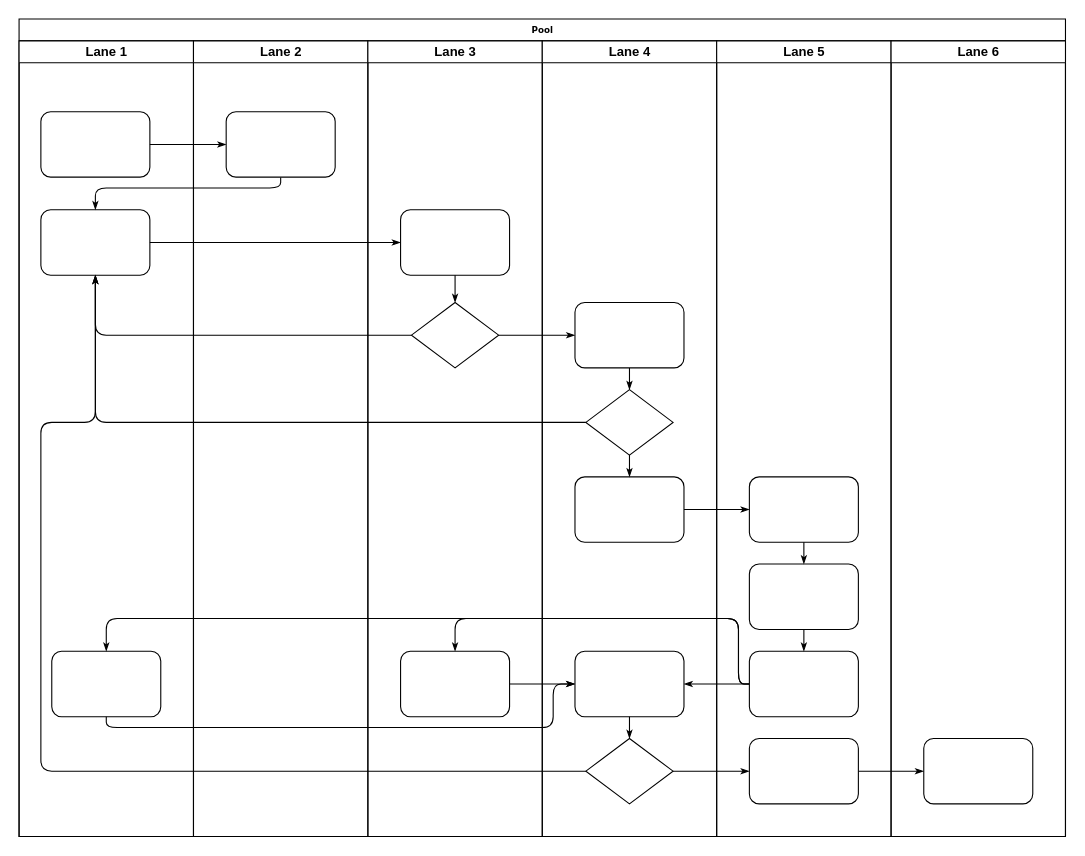
Before: Untitled Diagram1.drawio in giaythuytinh176/baitaptrenlopathao, a draw.io diagram. Source tidied: cells renumbered, new cells numbered last; positions are measured from the earlier drawing's top-left corner, leaving out a move shared by most shapes. Both pictures are drawn from the tidied source at 109%, with x=0, y=0 at pixel (19, 19).
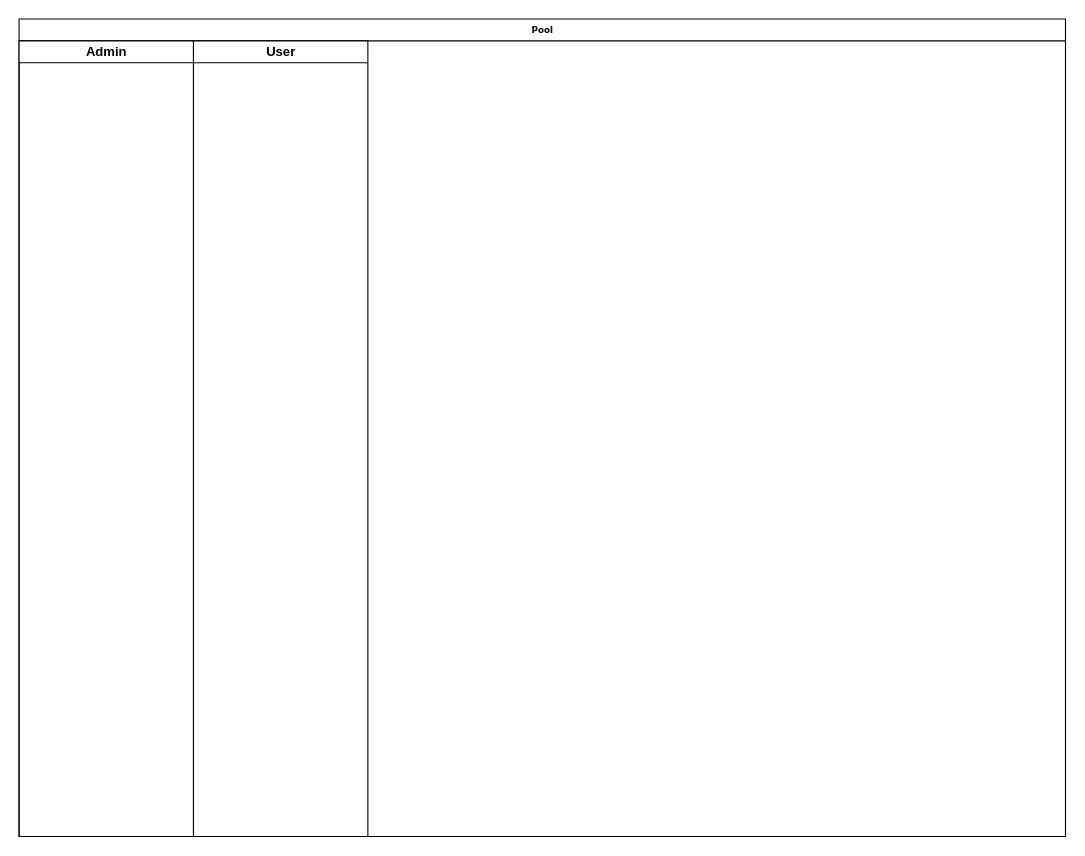
After the change.

Unchanged cells that the change refers to:
```xml
<mxCell id="2" value="Pool" style="swimlane;html=1;startSize=20;rounded=0;shadow=0;labelBackgroundColor=none;strokeWidth=1;fontFamily=Verdana;fontSize=8;align=center;" parent="1" vertex="1">
  <mxGeometry width="960" height="750" as="geometry" />
</mxCell>
```

Change to the diagram source:
```diff
@@
-    <mxCell id="3" value="Lane 1" style="swimlane;html=1;startSize=20;" parent="2" vertex="1">
+    <mxCell id="3" value="Admin" style="swimlane;html=1;startSize=20;" parent="2" vertex="1">
       <mxGeometry y="20" width="160" height="730" as="geometry" />
     </mxCell>
-    <mxCell id="4" style="rounded=1;whiteSpace=wrap;html=1;shadow=0;labelBackgroundColor=none;strokeWidth=1;fontFamily=Verdana;fontSize=8;align=center;" parent="3" vertex="1">
-      <mxGeometry x="20" y="65" width="100" height="60" as="geometry" />
-    </mxCell>
-    <mxCell id="5" style="rounded=1;whiteSpace=wrap;html=1;shadow=0;labelBackgroundColor=none;strokeWidth=1;fontFamily=Verdana;fontSize=8;align=center;" parent="3" vertex="1">
-      <mxGeometry x="20" y="155" width="100" height="60" as="geometry" />
-    </mxCell>
-    <mxCell id="6" style="rounded=1;whiteSpace=wrap;html=1;shadow=0;labelBackgroundColor=none;strokeWidth=1;fontFamily=Verdana;fontSize=8;align=center;" parent="3" vertex="1">
-      <mxGeometry x="30" y="560" width="100" height="60" as="geometry" />
-    </mxCell>
-    <mxCell id="7" style="edgeStyle=orthogonalEdgeStyle;rounded=1;html=1;labelBackgroundColor=none;startArrow=none;startFill=0;startSize=5;endArrow=classicThin;endFill=1;endSize=5;jettySize=auto;strokeWidth=1;fontFamily=Verdana;fontSize=8;" parent="2" edge="1" source="4" target="23">
-      <mxGeometry relative="1" as="geometry" />
-    </mxCell>
-    <mxCell id="8" style="edgeStyle=orthogonalEdgeStyle;rounded=1;html=1;labelBackgroundColor=none;startArrow=none;startFill=0;startSize=5;endArrow=classicThin;endFill=1;endSize=5;jettySize=auto;strokeWidth=1;fontFamily=Verdana;fontSize=8;" parent="2" edge="1" source="23" target="5">
-      <mxGeometry relative="1" as="geometry">
-        <Array as="points">
-          <mxPoint x="240" y="155" />
-          <mxPoint x="70" y="155" />
-        </Array>
-      </mxGeometry>
-    </mxCell>
-    <mxCell id="9" style="edgeStyle=orthogonalEdgeStyle;rounded=1;html=1;labelBackgroundColor=none;startArrow=none;startFill=0;startSize=5;endArrow=classicThin;endFill=1;endSize=5;jettySize=auto;strokeWidth=1;fontFamily=Verdana;fontSize=8;" parent="2" edge="1" source="5" target="25">
-      <mxGeometry relative="1" as="geometry" />
-    </mxCell>
-    <mxCell id="10" style="edgeStyle=orthogonalEdgeStyle;rounded=1;html=1;labelBackgroundColor=none;startArrow=none;startFill=0;startSize=5;endArrow=classicThin;endFill=1;endSize=5;jettySize=auto;strokeWidth=1;fontFamily=Verdana;fontSize=8;" parent="2" edge="1" source="26" target="5">
-      <mxGeometry relative="1" as="geometry" />
-    </mxCell>
-    <mxCell id="11" style="edgeStyle=orthogonalEdgeStyle;rounded=1;html=1;labelBackgroundColor=none;startArrow=none;startFill=0;startSize=5;endArrow=classicThin;endFill=1;endSize=5;jettySize=auto;strokeWidth=1;fontFamily=Verdana;fontSize=8;" parent="2" edge="1" source="31" target="5">
-      <mxGeometry relative="1" as="geometry" />
-    </mxCell>
-    <mxCell id="12" style="edgeStyle=orthogonalEdgeStyle;rounded=1;html=1;labelBackgroundColor=none;startArrow=none;startFill=0;startSize=5;endArrow=classicThin;endFill=1;endSize=5;jettySize=auto;strokeWidth=1;fontFamily=Verdana;fontSize=8;" parent="2" edge="1" source="34" target="5">
-      <mxGeometry relative="1" as="geometry">
-        <Array as="points">
-          <mxPoint x="20" y="690" />
-          <mxPoint x="20" y="370" />
-          <mxPoint x="70" y="370" />
-        </Array>
-      </mxGeometry>
-    </mxCell>
-    <mxCell id="13" style="edgeStyle=orthogonalEdgeStyle;rounded=1;html=1;labelBackgroundColor=none;startArrow=none;startFill=0;startSize=5;endArrow=classicThin;endFill=1;endSize=5;jettySize=auto;strokeWidth=1;fontFamily=Verdana;fontSize=8;" parent="2" edge="1" source="26" target="30">
-      <mxGeometry relative="1" as="geometry" />
-    </mxCell>
-    <mxCell id="14" style="edgeStyle=orthogonalEdgeStyle;rounded=1;html=1;labelBackgroundColor=none;startArrow=none;startFill=0;startSize=5;endArrow=classicThin;endFill=1;endSize=5;jettySize=auto;strokeWidth=1;fontFamily=Verdana;fontSize=8;" parent="2" edge="1" source="34" target="42">
-      <mxGeometry relative="1" as="geometry" />
+    <mxCell id="14" style="edgeStyle=orthogonalEdgeStyle;rounded=1;html=1;labelBackgroundColor=none;startArrow=none;startFill=0;startSize=5;endArrow=classicThin;endFill=1;endSize=5;jettySize=auto;orthogonalLoop=1;strokeWidth=1;fontFamily=Verdana;fontSize=8;" parent="2" edge="1">
+      <mxGeometry relative="1" as="geometry">
+        <mxPoint x="440" y="690" as="sourcePoint" />
+      </mxGeometry>
     </mxCell>
-    <mxCell id="15" style="edgeStyle=orthogonalEdgeStyle;rounded=1;html=1;labelBackgroundColor=none;startArrow=none;startFill=0;startSize=5;endArrow=classicThin;endFill=1;endSize=5;jettySize=auto;strokeWidth=1;fontFamily=Verdana;fontSize=8;" parent="2" edge="1" source="42" target="46">
-      <mxGeometry relative="1" as="geometry" />
+    <mxCell id="15" style="edgeStyle=orthogonalEdgeStyle;rounded=1;html=1;labelBackgroundColor=none;startArrow=none;startFill=0;startSize=5;endArrow=classicThin;endFill=1;endSize=5;jettySize=auto;orthogonalLoop=1;strokeWidth=1;fontFamily=Verdana;fontSize=8;" parent="2" edge="1">
+      <mxGeometry relative="1" as="geometry">
+        <mxPoint x="610" y="690" as="sourcePoint" />
+      </mxGeometry>
     </mxCell>
-    <mxCell id="16" style="edgeStyle=orthogonalEdgeStyle;rounded=1;html=1;labelBackgroundColor=none;startArrow=none;startFill=0;startSize=5;endArrow=classicThin;endFill=1;endSize=5;jettySize=auto;strokeWidth=1;fontFamily=Verdana;fontSize=8;" parent="2" edge="1" source="32" target="39">
-      <mxGeometry relative="1" as="geometry" />
+    <mxCell id="16" style="edgeStyle=orthogonalEdgeStyle;rounded=1;html=1;labelBackgroundColor=none;startArrow=none;startFill=0;startSize=5;endArrow=classicThin;endFill=1;endSize=5;jettySize=auto;orthogonalLoop=1;strokeWidth=1;fontFamily=Verdana;fontSize=8;" parent="2" edge="1">
+      <mxGeometry relative="1" as="geometry">
+        <mxPoint x="450" y="450" as="sourcePoint" />
+      </mxGeometry>
     </mxCell>
-    <mxCell id="17" style="edgeStyle=orthogonalEdgeStyle;rounded=1;html=1;labelBackgroundColor=none;startArrow=none;startFill=0;startSize=5;endArrow=classicThin;endFill=1;endSize=5;jettySize=auto;strokeWidth=1;fontFamily=Verdana;fontSize=8;" parent="2" edge="1" source="41" target="27">
-      <mxGeometry relative="1" as="geometry">
-        <Array as="points">
-          <mxPoint x="660" y="610" />
-          <mxPoint x="660" y="550" />
-          <mxPoint x="400" y="550" />
-        </Array>
-      </mxGeometry>
-    </mxCell>
-    <mxCell id="18" style="edgeStyle=orthogonalEdgeStyle;rounded=1;html=1;labelBackgroundColor=none;startArrow=none;startFill=0;startSize=5;endArrow=classicThin;endFill=1;endSize=5;jettySize=auto;strokeColor=#000000;strokeWidth=1;fontFamily=Verdana;fontSize=8;fontColor=#000000;" parent="2" edge="1" source="41" target="33">
-      <mxGeometry relative="1" as="geometry" />
+    <mxCell id="18" style="edgeStyle=orthogonalEdgeStyle;rounded=1;html=1;labelBackgroundColor=none;startArrow=none;startFill=0;startSize=5;endArrow=classicThin;endFill=1;endSize=5;jettySize=auto;orthogonalLoop=1;strokeColor=#000000;strokeWidth=1;fontFamily=Verdana;fontSize=8;fontColor=#000000;" parent="2" edge="1">
+      <mxGeometry relative="1" as="geometry">
+        <mxPoint x="450" y="610" as="targetPoint" />
+      </mxGeometry>
     </mxCell>
-    <mxCell id="19" style="edgeStyle=orthogonalEdgeStyle;rounded=1;html=1;labelBackgroundColor=none;startArrow=none;startFill=0;startSize=5;endArrow=classicThin;endFill=1;endSize=5;jettySize=auto;strokeWidth=1;fontFamily=Verdana;fontSize=8;" parent="2" edge="1" source="41" target="6">
-      <mxGeometry relative="1" as="geometry">
-        <Array as="points">
-          <mxPoint x="660" y="610" />
-          <mxPoint x="660" y="550" />
-          <mxPoint x="80" y="550" />
-        </Array>
-      </mxGeometry>
-    </mxCell>
-    <mxCell id="20" style="edgeStyle=orthogonalEdgeStyle;rounded=1;html=1;labelBackgroundColor=none;startArrow=none;startFill=0;startSize=5;endArrow=classicThin;endFill=1;endSize=5;jettySize=auto;strokeWidth=1;fontFamily=Verdana;fontSize=8;" parent="2" edge="1" source="6" target="33">
-      <mxGeometry relative="1" as="geometry">
-        <Array as="points">
-          <mxPoint x="80" y="650" />
-          <mxPoint x="490" y="650" />
-          <mxPoint x="490" y="610" />
-        </Array>
-      </mxGeometry>
-    </mxCell>
-    <mxCell id="21" style="edgeStyle=orthogonalEdgeStyle;rounded=1;html=1;labelBackgroundColor=none;startArrow=none;startFill=0;startSize=5;endArrow=classicThin;endFill=1;endSize=5;jettySize=auto;strokeWidth=1;fontFamily=Verdana;fontSize=8;" parent="2" edge="1" source="27" target="33">
-      <mxGeometry relative="1" as="geometry" />
-    </mxCell>
-    <mxCell id="22" value="Lane 2" style="swimlane;html=1;startSize=20;" parent="2" vertex="1">
+    <mxCell id="22" value="User" style="swimlane;html=1;startSize=20;" parent="2" vertex="1">
       <mxGeometry x="160" y="20" width="160" height="730" as="geometry" />
     </mxCell>
-    <mxCell id="23" style="rounded=1;whiteSpace=wrap;html=1;shadow=0;labelBackgroundColor=none;strokeWidth=1;fontFamily=Verdana;fontSize=8;align=center;" parent="22" vertex="1">
-      <mxGeometry x="30" y="65" width="100" height="60" as="geometry" />
-    </mxCell>
-    <mxCell id="24" value="Lane 3" style="swimlane;html=1;startSize=20;" parent="2" vertex="1">
-      <mxGeometry x="320" y="20" width="160" height="730" as="geometry" />
-    </mxCell>
-    <mxCell id="25" style="rounded=1;whiteSpace=wrap;html=1;shadow=0;labelBackgroundColor=none;strokeWidth=1;fontFamily=Verdana;fontSize=8;align=center;" parent="24" vertex="1">
-      <mxGeometry x="30" y="155" width="100" height="60" as="geometry" />
-    </mxCell>
-    <mxCell id="26" style="rhombus;whiteSpace=wrap;html=1;rounded=0;shadow=0;labelBackgroundColor=none;strokeWidth=1;fontFamily=Verdana;fontSize=8;align=center;" parent="24" vertex="1">
-      <mxGeometry x="40" y="240" width="80" height="60" as="geometry" />
-    </mxCell>
-    <mxCell id="27" style="rounded=1;whiteSpace=wrap;html=1;shadow=0;labelBackgroundColor=none;strokeWidth=1;fontFamily=Verdana;fontSize=8;align=center;" parent="24" vertex="1">
-      <mxGeometry x="30" y="560" width="100" height="60" as="geometry" />
-    </mxCell>
-    <mxCell id="28" style="edgeStyle=orthogonalEdgeStyle;rounded=1;html=1;labelBackgroundColor=none;startArrow=none;startFill=0;startSize=5;endArrow=classicThin;endFill=1;endSize=5;jettySize=auto;strokeWidth=1;fontFamily=Verdana;fontSize=8;" parent="24" edge="1" source="25" target="26">
-      <mxGeometry relative="1" as="geometry" />
-    </mxCell>
-    <mxCell id="29" value="Lane 4" style="swimlane;html=1;startSize=20;" parent="2" vertex="1">
-      <mxGeometry x="480" y="20" width="160" height="730" as="geometry" />
-    </mxCell>
-    <mxCell id="30" style="rounded=1;whiteSpace=wrap;html=1;shadow=0;labelBackgroundColor=none;strokeWidth=1;fontFamily=Verdana;fontSize=8;align=center;" parent="29" vertex="1">
-      <mxGeometry x="30" y="240" width="100" height="60" as="geometry" />
-    </mxCell>
-    <mxCell id="31" style="rhombus;whiteSpace=wrap;html=1;rounded=0;shadow=0;labelBackgroundColor=none;strokeWidth=1;fontFamily=Verdana;fontSize=8;align=center;" parent="29" vertex="1">
-      <mxGeometry x="40" y="320" width="80" height="60" as="geometry" />
-    </mxCell>
-    <mxCell id="32" style="rounded=1;whiteSpace=wrap;html=1;shadow=0;labelBackgroundColor=none;strokeWidth=1;fontFamily=Verdana;fontSize=8;align=center;" parent="29" vertex="1">
-      <mxGeometry x="30" y="400" width="100" height="60" as="geometry" />
-    </mxCell>
-    <mxCell id="33" style="rounded=1;whiteSpace=wrap;html=1;shadow=0;labelBackgroundColor=none;strokeWidth=1;fontFamily=Verdana;fontSize=8;align=center;" parent="29" vertex="1">
-      <mxGeometry x="30" y="560" width="100" height="60" as="geometry" />
-    </mxCell>
-    <mxCell id="34" style="rhombus;whiteSpace=wrap;html=1;rounded=0;shadow=0;labelBackgroundColor=none;strokeWidth=1;fontFamily=Verdana;fontSize=8;align=center;" parent="29" vertex="1">
-      <mxGeometry x="40" y="640" width="80" height="60" as="geometry" />
-    </mxCell>
-    <mxCell id="35" style="edgeStyle=orthogonalEdgeStyle;rounded=1;html=1;labelBackgroundColor=none;startArrow=none;startFill=0;startSize=5;endArrow=classicThin;endFill=1;endSize=5;jettySize=auto;strokeColor=#000000;strokeWidth=1;fontFamily=Verdana;fontSize=8;fontColor=#000000;" parent="29" edge="1" source="30" target="31">
-      <mxGeometry relative="1" as="geometry" />
-    </mxCell>
-    <mxCell id="36" style="edgeStyle=orthogonalEdgeStyle;rounded=1;html=1;labelBackgroundColor=none;startArrow=none;startFill=0;startSize=5;endArrow=classicThin;endFill=1;endSize=5;jettySize=auto;strokeWidth=1;fontFamily=Verdana;fontSize=8;" parent="29" edge="1" source="31" target="32">
-      <mxGeometry relative="1" as="geometry" />
-    </mxCell>
-    <mxCell id="37" style="edgeStyle=orthogonalEdgeStyle;rounded=1;html=1;labelBackgroundColor=none;startArrow=none;startFill=0;startSize=5;endArrow=classicThin;endFill=1;endSize=5;jettySize=auto;strokeWidth=1;fontFamily=Verdana;fontSize=8;" parent="29" edge="1" source="33" target="34">
-      <mxGeometry relative="1" as="geometry" />
-    </mxCell>
-    <mxCell id="38" value="Lane 5" style="swimlane;html=1;startSize=20;" parent="2" vertex="1">
-      <mxGeometry x="640" y="20" width="160" height="730" as="geometry" />
-    </mxCell>
-    <mxCell id="39" style="rounded=1;whiteSpace=wrap;html=1;shadow=0;labelBackgroundColor=none;strokeWidth=1;fontFamily=Verdana;fontSize=8;align=center;" parent="38" vertex="1">
-      <mxGeometry x="30" y="400" width="100" height="60" as="geometry" />
-    </mxCell>
-    <mxCell id="40" style="rounded=1;whiteSpace=wrap;html=1;shadow=0;labelBackgroundColor=none;strokeWidth=1;fontFamily=Verdana;fontSize=8;align=center;" parent="38" vertex="1">
-      <mxGeometry x="30" y="480" width="100" height="60" as="geometry" />
-    </mxCell>
-    <mxCell id="41" style="rounded=1;whiteSpace=wrap;html=1;shadow=0;labelBackgroundColor=none;strokeWidth=1;fontFamily=Verdana;fontSize=8;align=center;" parent="38" vertex="1">
-      <mxGeometry x="30" y="560" width="100" height="60" as="geometry" />
-    </mxCell>
-    <mxCell id="42" style="rounded=1;whiteSpace=wrap;html=1;shadow=0;labelBackgroundColor=none;strokeWidth=1;fontFamily=Verdana;fontSize=8;align=center;" parent="38" vertex="1">
-      <mxGeometry x="30" y="640" width="100" height="60" as="geometry" />
-    </mxCell>
-    <mxCell id="43" style="edgeStyle=orthogonalEdgeStyle;rounded=1;html=1;labelBackgroundColor=none;startArrow=none;startFill=0;startSize=5;endArrow=classicThin;endFill=1;endSize=5;jettySize=auto;strokeWidth=1;fontFamily=Verdana;fontSize=8;" parent="38" edge="1" source="39" target="40">
-      <mxGeometry relative="1" as="geometry" />
-    </mxCell>
-    <mxCell id="44" style="edgeStyle=orthogonalEdgeStyle;rounded=1;html=1;labelBackgroundColor=none;startArrow=none;startFill=0;startSize=5;endArrow=classicThin;endFill=1;endSize=5;jettySize=auto;strokeWidth=1;fontFamily=Verdana;fontSize=8;" parent="38" edge="1" source="40" target="41">
-      <mxGeometry relative="1" as="geometry" />
-    </mxCell>
-    <mxCell id="45" value="Lane 6" style="swimlane;html=1;startSize=20;" parent="2" vertex="1">
-      <mxGeometry x="800" y="20" width="160" height="730" as="geometry" />
-    </mxCell>
-    <mxCell id="46" style="rounded=1;whiteSpace=wrap;html=1;shadow=0;labelBackgroundColor=none;strokeWidth=1;fontFamily=Verdana;fontSize=8;align=center;" parent="45" vertex="1">
-      <mxGeometry x="30" y="640" width="100" height="60" as="geometry" />
-    </mxCell>
```
